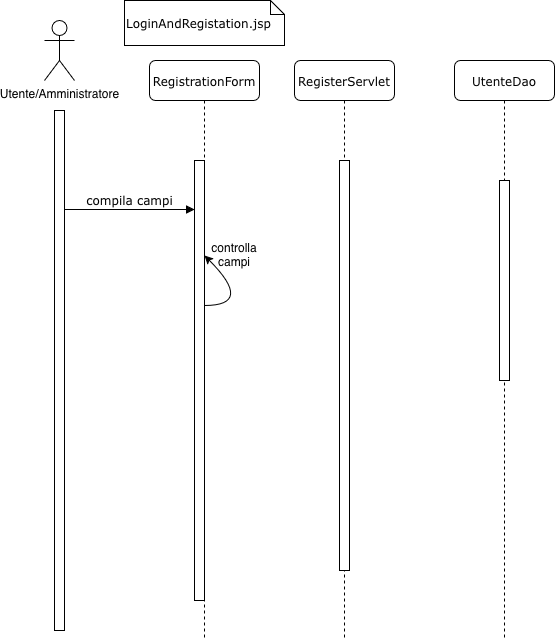
Above: Deliverables/Requirement Analysis Document images/SEQUENCE_DIAGRAMS/SequenceDiagramUC2.1.png in SigsUni/LaCantina (draw.io), before the change. Source tidied: cells renumbered, new cells last; positions are measured from the earlier drawing's top-left corner, leaving out a move shared by most shapes.
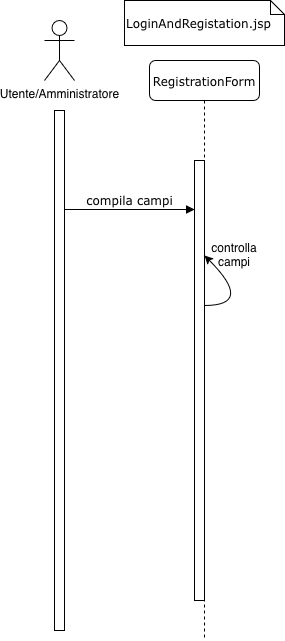
The same file after the commit.

Diff of the diagram source:
```diff
@@ -2,18 +2,6 @@
   <root>
     <mxCell id="0" />
     <mxCell id="1" parent="0" />
-    <mxCell id="2" value="RegisterServlet" style="shape=umlLifeline;perimeter=lifelinePerimeter;whiteSpace=wrap;html=1;rounded=1;shadow=0;comic=0;labelBackgroundColor=none;strokeWidth=1;fontFamily=Verdana;fontSize=12;align=center;" parent="1" vertex="1">
-      <mxGeometry x="250" y="60" width="100" height="580" as="geometry" />
-    </mxCell>
-    <mxCell id="3" style="html=1;perimeter=orthogonalPerimeter;rounded=0;shadow=0;comic=0;labelBackgroundColor=none;strokeWidth=1;fontFamily=Verdana;fontSize=12;align=center;" parent="2" vertex="1">
-      <mxGeometry x="45" y="100" width="10" height="410" as="geometry" />
-    </mxCell>
-    <mxCell id="4" value="UtenteDao" style="shape=umlLifeline;perimeter=lifelinePerimeter;whiteSpace=wrap;html=1;rounded=1;shadow=0;comic=0;labelBackgroundColor=none;strokeWidth=1;fontFamily=Verdana;fontSize=12;align=center;" parent="1" vertex="1">
-      <mxGeometry x="410" y="60" width="100" height="580" as="geometry" />
-    </mxCell>
-    <mxCell id="5" style="html=1;perimeter=orthogonalPerimeter;rounded=0;shadow=0;comic=0;labelBackgroundColor=none;strokeWidth=1;fontFamily=Verdana;fontSize=12;align=center;" parent="4" vertex="1">
-      <mxGeometry x="45" y="120" width="10" height="200" as="geometry" />
-    </mxCell>
     <mxCell id="6" value="RegistrationForm" style="shape=umlLifeline;perimeter=lifelinePerimeter;whiteSpace=wrap;html=1;outlineConnect=0;rounded=1;shadow=0;comic=0;labelBackgroundColor=none;strokeWidth=1;fontFamily=Verdana;fontSize=12;align=center;" parent="1" vertex="1">
       <mxGeometry x="105" y="60" width="110" height="580" as="geometry" />
     </mxCell>
```
